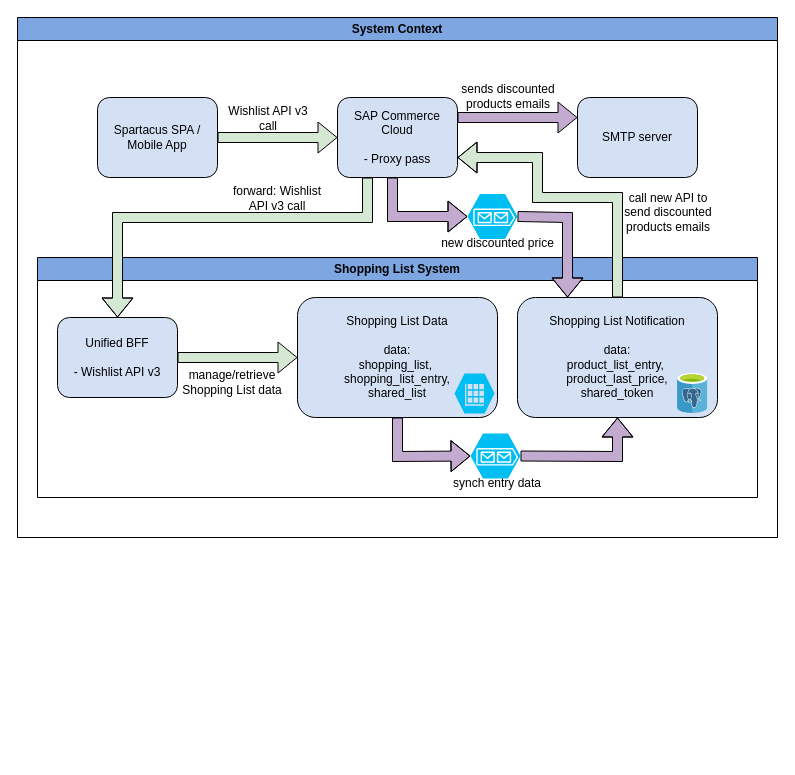
The draw.io diagram graphs/target_conceptual_view_sad_shopping_list.drawio in d-figuccia/draw-io, before the edit. Source tidied: cells renumbered, new cells numbered last; positions are measured from the earlier drawing's top-left corner, leaving out a move shared by most shapes. Both pictures are drawn from the tidied source at 100%, with x=0, y=0 at pixel (17, 17).
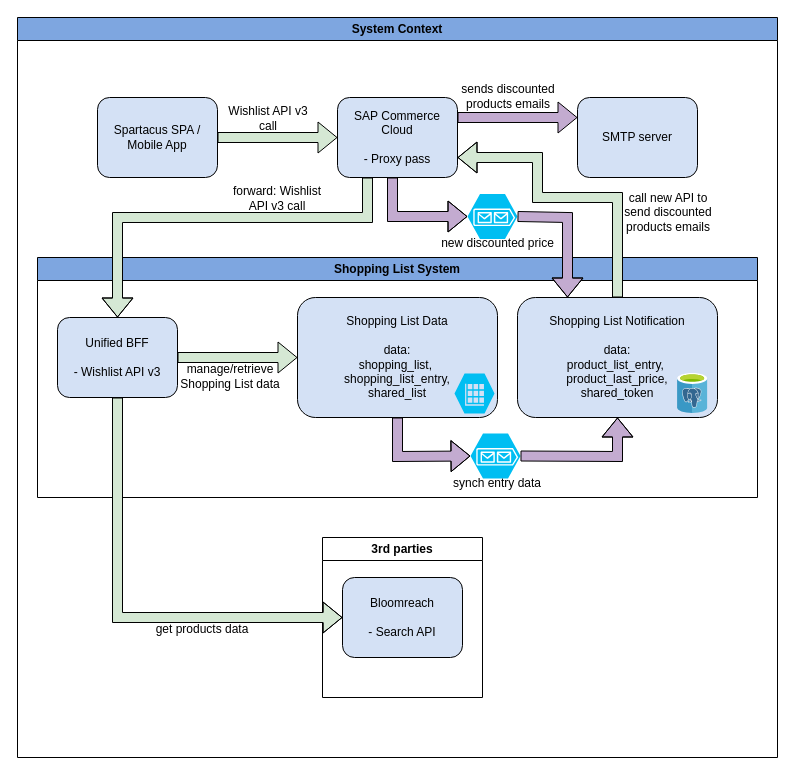
The same diagram, later.

The change refers to these unchanged cells:
```xml
<mxCell id="9" value="Shopping List System" style="swimlane;whiteSpace=wrap;html=1;fillColor=#7EA6E0;" parent="2" vertex="1">
  <mxGeometry x="20" y="240" width="720" height="240" as="geometry" />
</mxCell>
<mxCell id="10" value="Unified BFF&lt;div&gt;&lt;br&gt;&lt;div&gt;- Wishlist API v3&lt;/div&gt;&lt;/div&gt;" style="rounded=1;whiteSpace=wrap;html=1;fillColor=#D4E1F5;" parent="9" vertex="1">
  <mxGeometry x="20" y="60" width="120" height="80" as="geometry" />
</mxCell>
```

Diff of the diagram source:
```diff
@@
     <mxCell id="2" value="System Context" style="swimlane;whiteSpace=wrap;html=1;fillColor=#7EA6E0;" parent="1" vertex="1">
-      <mxGeometry width="760" height="520" as="geometry" />
+      <mxGeometry width="760" height="740" as="geometry" />
     </mxCell>
@@
     <mxCell id="19" value="manage/retrieve&lt;div&gt;Shopping List data&lt;/div&gt;" style="text;html=1;align=center;verticalAlign=middle;whiteSpace=wrap;rounded=0;" parent="9" vertex="1">
-      <mxGeometry x="140" y="110" width="110" height="30" as="geometry" />
+      <mxGeometry x="138" y="104" width="110" height="30" as="geometry" />
     </mxCell>
@@
+    <mxCell id="30" value="3rd parties" style="swimlane;whiteSpace=wrap;html=1;" parent="2" vertex="1">
+      <mxGeometry x="305" y="520" width="160" height="160" as="geometry" />
+    </mxCell>
+    <mxCell id="31" value="&lt;div&gt;Bloomreach&lt;/div&gt;&lt;div&gt;&lt;br&gt;&lt;div&gt;- Search API&lt;/div&gt;&lt;/div&gt;" style="rounded=1;whiteSpace=wrap;html=1;fillColor=#D4E1F5;" parent="30" vertex="1">
+      <mxGeometry x="20" y="40" width="120" height="80" as="geometry" />
+    </mxCell>
+    <mxCell id="32" style="shape=flexArrow;endArrow=classic;html=1;rounded=0;exitX=0.5;exitY=1;exitDx=0;exitDy=0;entryX=0;entryY=0.5;entryDx=0;entryDy=0;fillColor=#D5E8D4;" parent="2" edge="1" source="10" target="31">
+      <mxGeometry relative="1" as="geometry">
+        <Array as="points">
+          <mxPoint x="100" y="600" />
+        </Array>
+      </mxGeometry>
+    </mxCell>
+    <mxCell id="33" value="get products data" style="text;html=1;align=center;verticalAlign=middle;whiteSpace=wrap;rounded=0;" parent="2" vertex="1">
+      <mxGeometry x="130" y="597" width="110" height="30" as="geometry" />
+    </mxCell>
```
